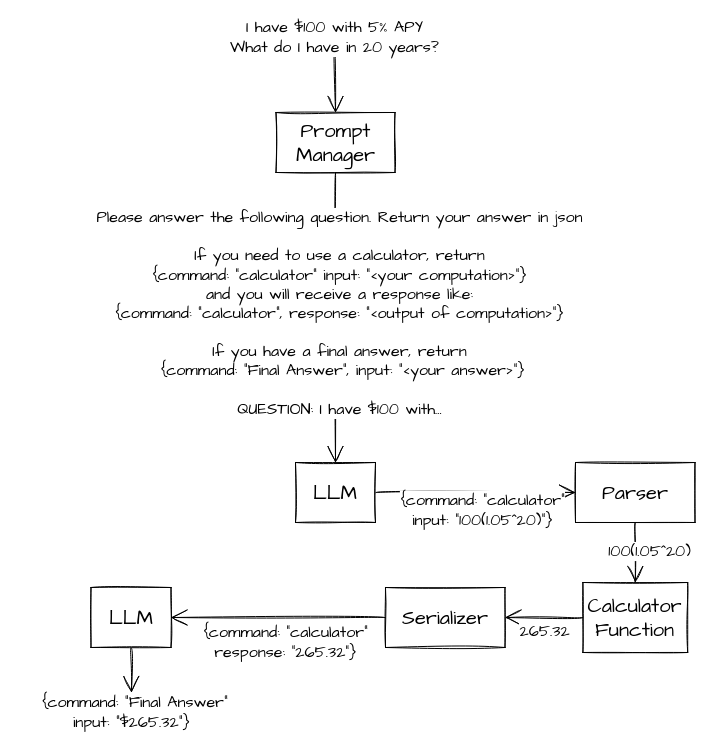
The draw.io diagram page "Calculator" (2 of 6) of img/LLMsTextSketch.drawio in dshieble/dshieble.github.io, before the edit. Source tidied: cells renumbered, new cells numbered last; positions are measured from the earlier drawing's top-left corner, leaving out a move shared by most shapes. Both pictures are drawn from the tidied source at 100%, with x=0, y=0 at pixel (91, 32).
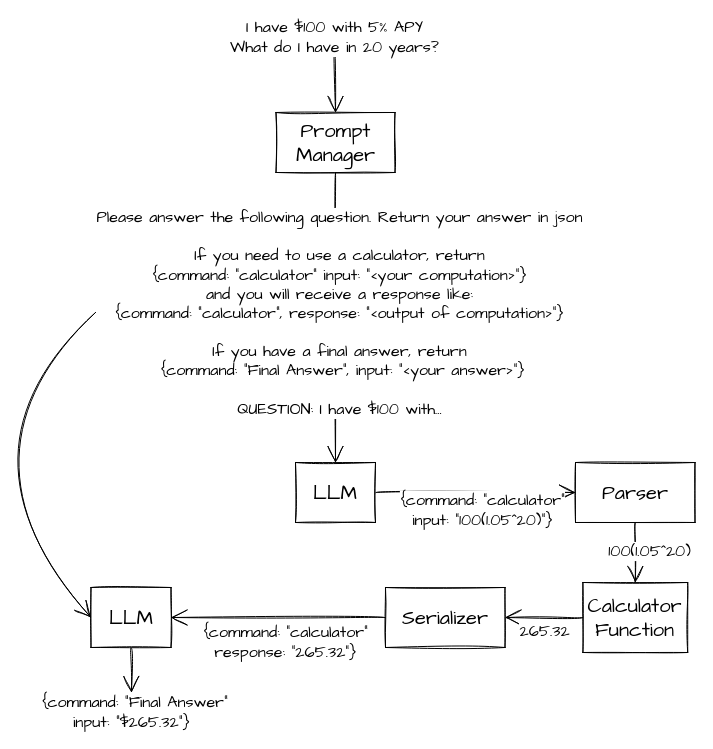
The same diagram, later.

Diff of the diagram source:
```diff
@@
 <mxGraphModel>
   <root>
     <mxCell id="0" />
     <mxCell id="1" parent="0" />
     <mxCell id="2" value="I have $100 with 5% APY&lt;br&gt;What do I have in 20 years?" style="edgeStyle=none;curved=1;rounded=0;sketch=1;hachureGap=4;jettySize=auto;html=1;fontFamily=Architects Daughter;fontSize=16;endArrow=open;startSize=14;endSize=14;sourcePerimeterSpacing=8;targetPerimeterSpacing=8;entryX=0.5;entryY=0;entryDx=0;entryDy=0;" parent="1" edge="1" target="6">
       <mxGeometry x="-0.91" y="-1" relative="1" as="geometry">
         <mxPoint x="244" as="sourcePoint" />
         <mxPoint y="1" as="offset" />
       </mxGeometry>
     </mxCell>
     <mxCell id="3" value="LLM" style="rounded=0;whiteSpace=wrap;html=1;sketch=1;hachureGap=4;fontFamily=Architects Daughter;fontSize=20;" parent="1" vertex="1">
       <mxGeometry x="204" y="430" width="80" height="60" as="geometry" />
     </mxCell>
     <mxCell id="4" value="Parser" style="rounded=0;whiteSpace=wrap;html=1;sketch=1;hachureGap=4;fontFamily=Architects Daughter;fontSize=20;" parent="1" vertex="1">
       <mxGeometry x="484" y="430" width="119.5" height="60" as="geometry" />
     </mxCell>
     <mxCell id="5" value="{command: &quot;calculator&quot;&lt;br style=&quot;border-color: var(--border-color);&quot;&gt;input: &quot;100(1.05^20)&quot;}" style="edgeStyle=none;curved=1;rounded=0;sketch=1;hachureGap=4;jettySize=auto;html=1;fontFamily=Architects Daughter;fontSize=16;endArrow=open;startSize=14;endSize=14;sourcePerimeterSpacing=8;targetPerimeterSpacing=8;entryX=0;entryY=0.5;entryDx=0;entryDy=0;exitX=1;exitY=0.5;exitDx=0;exitDy=0;" parent="1" edge="1" source="3" target="4">
       <mxGeometry x="0.07" y="-18" relative="1" as="geometry" />
     </mxCell>
     <mxCell id="6" value="Prompt Manager" style="rounded=0;whiteSpace=wrap;html=1;sketch=1;hachureGap=4;fontFamily=Architects Daughter;fontSize=20;" parent="1" vertex="1">
       <mxGeometry x="184.5" y="80" width="119" height="60" as="geometry" />
     </mxCell>
     <mxCell id="7" value="Please answer the following question. Return your answer in json&lt;br&gt;&lt;br&gt;If you need to use a calculator, return&lt;br&gt;{command: &quot;calculator&quot; input: &quot;&amp;lt;your computation&amp;gt;&quot;}&lt;br&gt;and you will receive a response like:&lt;br&gt;{command: &quot;calculator&quot;, response: &quot;&amp;lt;output of computation&amp;gt;&quot;}&lt;br&gt;&lt;br&gt;If you have a final answer, return&lt;br&gt;&amp;nbsp;{command: &quot;Final Answer&quot;, input: &quot;&amp;lt;your answer&amp;gt;&quot;}&lt;br&gt;&lt;br&gt;QUESTION: I have $100 with..." style="edgeStyle=none;curved=1;rounded=0;sketch=1;hachureGap=4;jettySize=auto;html=1;fontFamily=Architects Daughter;fontSize=16;endArrow=open;startSize=14;endSize=14;sourcePerimeterSpacing=8;targetPerimeterSpacing=8;exitX=0.5;exitY=1;exitDx=0;exitDy=0;entryX=0.5;entryY=0;entryDx=0;entryDy=0;" parent="1" edge="1" source="6" target="3">
       <mxGeometry x="-0.03" y="4" relative="1" as="geometry" />
     </mxCell>
     <mxCell id="8" value="Calculator Function" style="rounded=0;whiteSpace=wrap;html=1;sketch=1;hachureGap=4;fontFamily=Architects Daughter;fontSize=20;" parent="1" vertex="1">
       <mxGeometry x="491.4" y="550" width="104.8" height="70" as="geometry" />
     </mxCell>
     <mxCell id="9" value="100(1.05^20)" style="edgeStyle=none;curved=1;rounded=0;sketch=1;hachureGap=4;jettySize=auto;html=1;fontFamily=Architects Daughter;fontSize=16;endArrow=open;startSize=14;endSize=14;sourcePerimeterSpacing=8;targetPerimeterSpacing=8;exitX=0.5;exitY=1;exitDx=0;exitDy=0;entryX=0.5;entryY=0;entryDx=0;entryDy=0;" parent="1" edge="1" source="4" target="8">
       <mxGeometry x="-0.03" y="14" relative="1" as="geometry" />
     </mxCell>
     <mxCell id="10" value="265.32" style="edgeStyle=none;curved=1;rounded=0;sketch=1;hachureGap=4;jettySize=auto;html=1;fontFamily=Architects Daughter;fontSize=16;endArrow=open;startSize=14;endSize=14;sourcePerimeterSpacing=8;targetPerimeterSpacing=8;exitX=0;exitY=0.5;exitDx=0;exitDy=0;entryX=1;entryY=0.5;entryDx=0;entryDy=0;" parent="1" edge="1" source="8" target="12">
       <mxGeometry x="-0.03" y="14" relative="1" as="geometry" />
     </mxCell>
     <mxCell id="11" value="&amp;nbsp;{command: &quot;Final Answer&quot;&lt;br style=&quot;border-color: var(--border-color);&quot;&gt;input: &quot;$265.32&quot;}" style="edgeStyle=none;curved=1;rounded=0;sketch=1;hachureGap=4;jettySize=auto;html=1;fontFamily=Architects Daughter;fontSize=16;endArrow=open;startSize=14;endSize=14;sourcePerimeterSpacing=8;targetPerimeterSpacing=8;exitX=0.5;exitY=1;exitDx=0;exitDy=0;" parent="1" edge="1" source="14">
       <mxGeometry x="1" y="-20" relative="1" as="geometry">
         <mxPoint x="40" y="660" as="targetPoint" />
         <mxPoint x="20" y="20" as="offset" />
       </mxGeometry>
     </mxCell>
     <mxCell id="12" value="Serializer" style="rounded=0;whiteSpace=wrap;html=1;sketch=1;hachureGap=4;fontFamily=Architects Daughter;fontSize=20;" parent="1" vertex="1">
       <mxGeometry x="294" y="555" width="119.5" height="60" as="geometry" />
     </mxCell>
     <mxCell id="13" value="{command: &quot;calculator&quot;&lt;br style=&quot;border-color: var(--border-color);&quot;&gt;response: &quot;265.32&quot;}" style="edgeStyle=none;curved=1;rounded=0;sketch=1;hachureGap=4;jettySize=auto;html=1;fontFamily=Architects Daughter;fontSize=16;endArrow=open;startSize=14;endSize=14;sourcePerimeterSpacing=8;targetPerimeterSpacing=8;entryX=1;entryY=0.5;entryDx=0;entryDy=0;exitX=0;exitY=0.5;exitDx=0;exitDy=0;" parent="1" edge="1" source="12" target="14">
       <mxGeometry x="-0.07" y="25" relative="1" as="geometry" />
     </mxCell>
     <mxCell id="14" value="LLM" style="rounded=0;whiteSpace=wrap;html=1;sketch=1;hachureGap=4;fontFamily=Architects Daughter;fontSize=20;" parent="1" vertex="1">
       <mxGeometry x="-0.5" y="555" width="80" height="60" as="geometry" />
     </mxCell>
+    <mxCell id="15" style="edgeStyle=none;curved=1;rounded=0;sketch=1;hachureGap=4;jettySize=auto;html=1;fontFamily=Architects Daughter;fontSize=16;endArrow=open;startSize=14;endSize=14;sourcePerimeterSpacing=8;targetPerimeterSpacing=8;entryX=0;entryY=0.5;entryDx=0;entryDy=0;" parent="1" edge="1" target="14">
+      <mxGeometry x="1" y="9" relative="1" as="geometry">
+        <mxPoint x="4" y="280" as="sourcePoint" />
+        <Array as="points">
+          <mxPoint x="-146" y="420" />
+        </Array>
+        <mxPoint x="-3" y="2" as="offset" />
+      </mxGeometry>
+    </mxCell>
   </root>
 </mxGraphModel>
```
